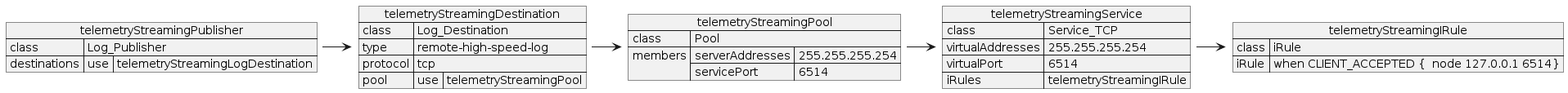
Before: solutions/monitor-traditional-applications-on-f5-big-ip/images/publisherChain.png, a diagram exported from PlantUML (f5devcentral/adaptiveapps).
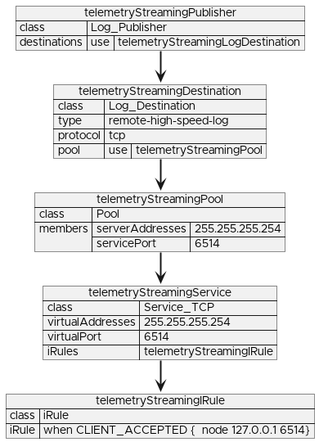
Above is the later version.

What changed in the source:
```diff
@@ -1,4 +1,6 @@
 @startuml
+
+!include f5style.ium
 
 json "telemetryStreamingPublisher" as pub {
   "class": "Log_Publisher",
```
